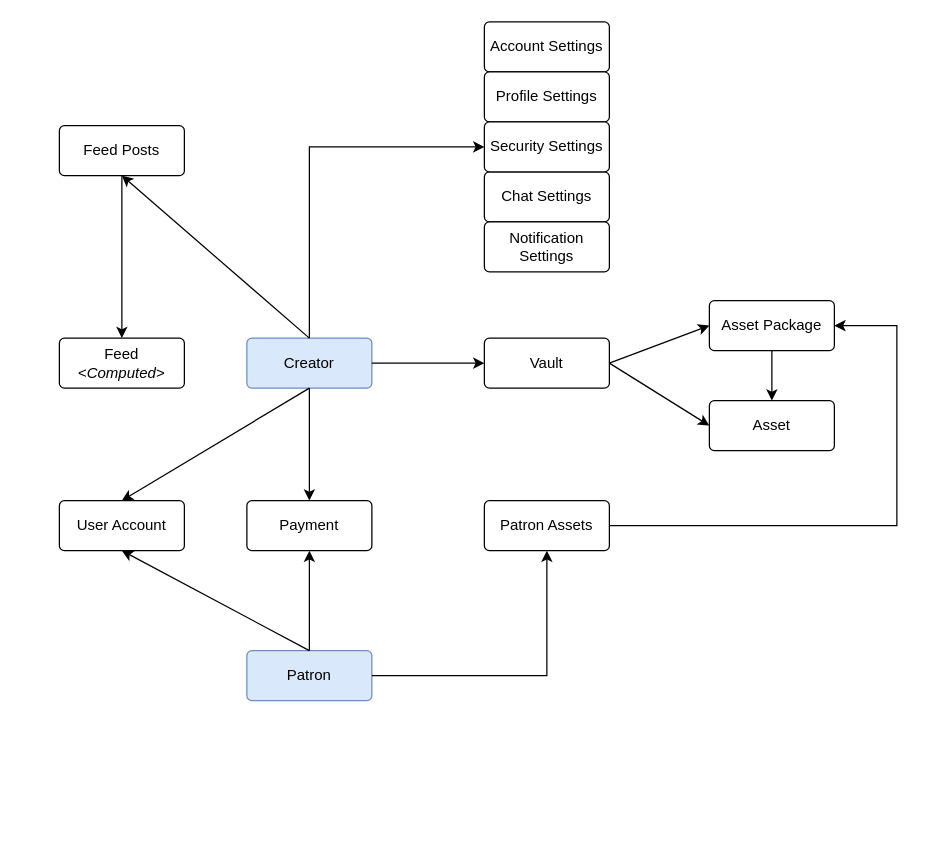
Before: page "ERD" (2 of 3) of Documentation/High-Level Architecture.drawio in conradcreel/onlysats, a draw.io diagram. Source tidied: cells renumbered, new cells numbered last; positions are measured from the earlier drawing's top-left corner, leaving out a move shared by most shapes. Both pictures are drawn from the tidied source at 125%, with x=0, y=0 at pixel (59, 21).
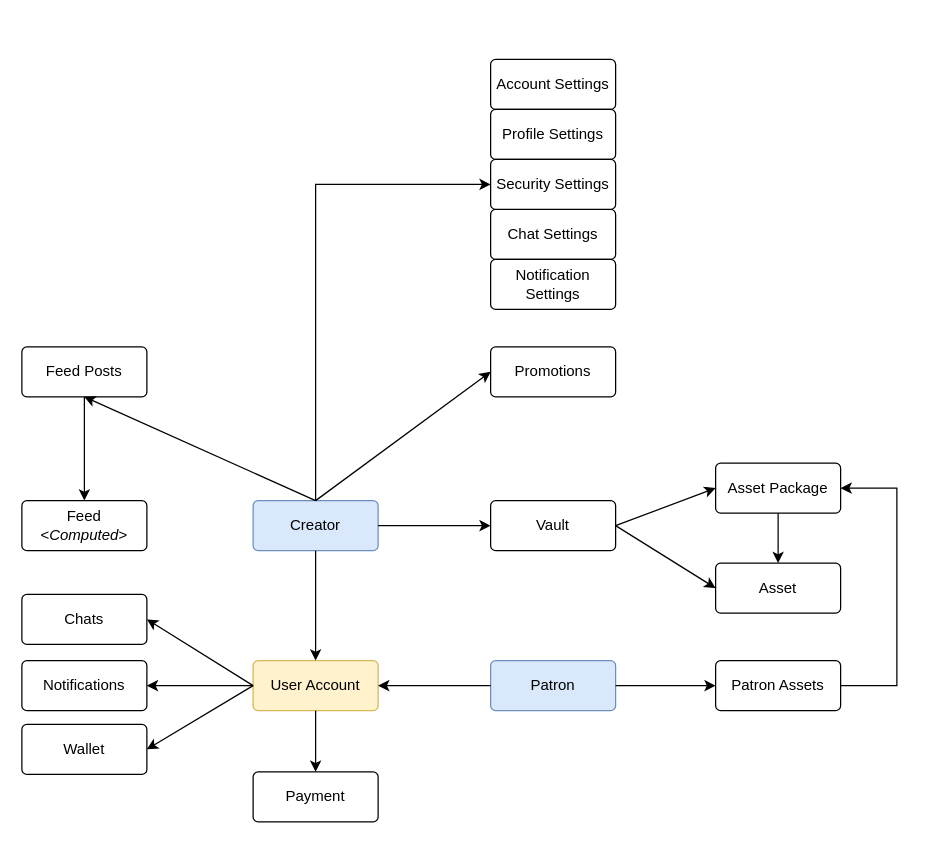
Above is the later version.

Change to the diagram source:
```diff
@@
     <mxCell id="2" value="Asset" style="rounded=1;arcSize=10;whiteSpace=wrap;html=1;align=center;" parent="1" vertex="1">
-      <mxGeometry x="520" y="303" width="100" height="40" as="geometry" />
+      <mxGeometry x="525" y="433" width="100" height="40" as="geometry" />
     </mxCell>
     <mxCell id="3" value="Asset Package" style="rounded=1;arcSize=10;whiteSpace=wrap;html=1;align=center;" parent="1" vertex="1">
-      <mxGeometry x="520" y="223" width="100" height="40" as="geometry" />
+      <mxGeometry x="525" y="353" width="100" height="40" as="geometry" />
     </mxCell>
     <mxCell id="4" value="Creator" style="rounded=1;arcSize=10;whiteSpace=wrap;html=1;align=center;fillColor=#dae8fc;strokeColor=#6c8ebf;" parent="1" vertex="1">
-      <mxGeometry x="150" y="253" width="100" height="40" as="geometry" />
+      <mxGeometry x="155" y="383" width="100" height="40" as="geometry" />
     </mxCell>
     <mxCell id="5" value="Account Settings" style="rounded=1;arcSize=10;whiteSpace=wrap;html=1;align=center;" parent="1" vertex="1">
-      <mxGeometry x="340" width="100" height="40" as="geometry" />
+      <mxGeometry x="345" y="30" width="100" height="40" as="geometry" />
     </mxCell>
     <mxCell id="6" value="Chat Settings" style="rounded=1;arcSize=10;whiteSpace=wrap;html=1;align=center;" parent="1" vertex="1">
-      <mxGeometry x="340" y="120" width="100" height="40" as="geometry" />
+      <mxGeometry x="345" y="150" width="100" height="40" as="geometry" />
     </mxCell>
     <mxCell id="7" value="Notification Settings" style="rounded=1;arcSize=10;whiteSpace=wrap;html=1;align=center;" parent="1" vertex="1">
-      <mxGeometry x="340" y="160" width="100" height="40" as="geometry" />
+      <mxGeometry x="345" y="190" width="100" height="40" as="geometry" />
     </mxCell>
     <mxCell id="8" value="Profile Settings" style="rounded=1;arcSize=10;whiteSpace=wrap;html=1;align=center;" parent="1" vertex="1">
-      <mxGeometry x="340" y="40" width="100" height="40" as="geometry" />
+      <mxGeometry x="345" y="70" width="100" height="40" as="geometry" />
     </mxCell>
     <mxCell id="9" value="Security Settings" style="rounded=1;arcSize=10;whiteSpace=wrap;html=1;align=center;" parent="1" vertex="1">
-      <mxGeometry x="340" y="80" width="100" height="40" as="geometry" />
+      <mxGeometry x="345" y="110" width="100" height="40" as="geometry" />
     </mxCell>
     <mxCell id="10" value="Feed Posts" style="rounded=1;arcSize=10;whiteSpace=wrap;html=1;align=center;" parent="1" vertex="1">
-      <mxGeometry y="83" width="100" height="40" as="geometry" />
+      <mxGeometry x="-30" y="260" width="100" height="40" as="geometry" />
     </mxCell>
     <mxCell id="11" value="Feed&lt;br&gt;&lt;i&gt;&amp;lt;Computed&amp;gt;&lt;/i&gt;" style="rounded=1;arcSize=10;whiteSpace=wrap;html=1;align=center;" parent="1" vertex="1">
-      <mxGeometry y="253" width="100" height="40" as="geometry" />
+      <mxGeometry x="-30" y="383" width="100" height="40" as="geometry" />
     </mxCell>
     <mxCell id="12" value="Patron" style="rounded=1;arcSize=10;whiteSpace=wrap;html=1;align=center;fillColor=#dae8fc;strokeColor=#6c8ebf;" parent="1" vertex="1">
-      <mxGeometry x="150" y="503" width="100" height="40" as="geometry" />
+      <mxGeometry x="345" y="511" width="100" height="40" as="geometry" />
     </mxCell>
     <mxCell id="13" value="Patron Assets" style="rounded=1;arcSize=10;whiteSpace=wrap;html=1;align=center;" parent="1" vertex="1">
-      <mxGeometry x="340" y="383" width="100" height="40" as="geometry" />
+      <mxGeometry x="525" y="511" width="100" height="40" as="geometry" />
     </mxCell>
     <mxCell id="14" value="Payment" style="rounded=1;arcSize=10;whiteSpace=wrap;html=1;align=center;" parent="1" vertex="1">
-      <mxGeometry x="150" y="383" width="100" height="40" as="geometry" />
+      <mxGeometry x="155" y="600" width="100" height="40" as="geometry" />
     </mxCell>
-    <mxCell id="15" value="User Account" style="rounded=1;arcSize=10;whiteSpace=wrap;html=1;align=center;" parent="1" vertex="1">
-      <mxGeometry y="383" width="100" height="40" as="geometry" />
+    <mxCell id="15" value="User Account" style="rounded=1;arcSize=10;whiteSpace=wrap;html=1;align=center;fillColor=#fff2cc;strokeColor=#d6b656;" parent="1" vertex="1">
+      <mxGeometry x="155" y="511" width="100" height="40" as="geometry" />
     </mxCell>
     <mxCell id="16" value="Vault" style="rounded=1;arcSize=10;whiteSpace=wrap;html=1;align=center;" parent="1" vertex="1">
-      <mxGeometry x="340" y="253" width="100" height="40" as="geometry" />
+      <mxGeometry x="345" y="383" width="100" height="40" as="geometry" />
     </mxCell>
     <mxCell id="17" style="endArrow=classic;html=1;rounded=0;exitX=0.5;exitY=0;exitDx=0;exitDy=0;entryX=0;entryY=0.5;entryDx=0;entryDy=0;" parent="1" edge="1" source="4" target="9">
       <mxGeometry relative="1" as="geometry">
         <Array as="points">
-          <mxPoint x="200" y="100" />
+          <mxPoint x="205" y="130" />
         </Array>
       </mxGeometry>
     </mxCell>
@@
-    <mxCell id="21" style="endArrow=classic;html=1;rounded=0;exitX=1;exitY=0.5;exitDx=0;exitDy=0;entryX=1;entryY=0.5;entryDx=0;entryDy=0;" parent="1" edge="1" source="13" target="3">
-      <mxGeometry relative="1" as="geometry">
-        <Array as="points">
-          <mxPoint x="670" y="403" />
-          <mxPoint x="670" y="243" />
-        </Array>
-      </mxGeometry>
-    </mxCell>
-    <mxCell id="22" style="endArrow=classic;html=1;rounded=0;entryX=0.5;entryY=1;entryDx=0;entryDy=0;" parent="1" edge="1" target="13">
-      <mxGeometry relative="1" as="geometry">
-        <mxPoint x="250" y="523" as="sourcePoint" />
-        <Array as="points">
-          <mxPoint x="390" y="523" />
-        </Array>
-      </mxGeometry>
-    </mxCell>
-    <mxCell id="23" style="endArrow=classic;html=1;rounded=0;exitX=0.5;exitY=0;exitDx=0;exitDy=0;entryX=0.5;entryY=1;entryDx=0;entryDy=0;" parent="1" edge="1" source="12" target="14">
-      <mxGeometry relative="1" as="geometry" />
-    </mxCell>
-    <mxCell id="24" style="endArrow=classic;html=1;rounded=0;exitX=0.5;exitY=1;exitDx=0;exitDy=0;" parent="1" edge="1" source="4" target="14">
-      <mxGeometry relative="1" as="geometry" />
-    </mxCell>
@@
+    <mxCell id="30" value="Notifications" style="rounded=1;arcSize=10;whiteSpace=wrap;html=1;align=center;" parent="1" vertex="1">
+      <mxGeometry x="-30" y="511" width="100" height="40" as="geometry" />
+    </mxCell>
+    <mxCell id="31" style="endArrow=classic;html=1;rounded=0;exitX=0;exitY=0.5;exitDx=0;exitDy=0;entryX=1;entryY=0.5;entryDx=0;entryDy=0;" parent="1" edge="1" source="15" target="30">
+      <mxGeometry relative="1" as="geometry" />
+    </mxCell>
+    <mxCell id="32" value="Chats" style="rounded=1;arcSize=10;whiteSpace=wrap;html=1;align=center;" parent="1" vertex="1">
+      <mxGeometry x="-30" y="458" width="100" height="40" as="geometry" />
+    </mxCell>
+    <mxCell id="33" style="endArrow=classic;html=1;rounded=0;exitX=0;exitY=0.5;exitDx=0;exitDy=0;entryX=1;entryY=0.5;entryDx=0;entryDy=0;" parent="1" edge="1" source="15" target="32">
+      <mxGeometry relative="1" as="geometry" />
+    </mxCell>
+    <mxCell id="34" value="Promotions" style="rounded=1;arcSize=10;whiteSpace=wrap;html=1;align=center;" parent="1" vertex="1">
+      <mxGeometry x="345" y="260" width="100" height="40" as="geometry" />
+    </mxCell>
+    <mxCell id="35" style="endArrow=classic;html=1;rounded=0;exitX=0.5;exitY=0;exitDx=0;exitDy=0;entryX=0;entryY=0.5;entryDx=0;entryDy=0;" parent="1" edge="1" source="4" target="34">
+      <mxGeometry relative="1" as="geometry" />
+    </mxCell>
+    <mxCell id="36" value="Wallet" style="rounded=1;arcSize=10;whiteSpace=wrap;html=1;align=center;" parent="1" vertex="1">
+      <mxGeometry x="-30" y="562" width="100" height="40" as="geometry" />
+    </mxCell>
+    <mxCell id="37" style="endArrow=classic;html=1;rounded=0;entryX=1;entryY=0.5;entryDx=0;entryDy=0;exitX=0;exitY=0.5;exitDx=0;exitDy=0;" parent="1" edge="1" source="15" target="36">
+      <mxGeometry relative="1" as="geometry" />
+    </mxCell>
+    <mxCell id="38" style="endArrow=classic;html=1;rounded=0;entryX=0.5;entryY=0;entryDx=0;entryDy=0;exitX=0.5;exitY=1;exitDx=0;exitDy=0;" parent="1" edge="1" source="15" target="14">
+      <mxGeometry relative="1" as="geometry" />
+    </mxCell>
+    <mxCell id="21" style="endArrow=classic;html=1;rounded=0;exitX=1;exitY=0.5;exitDx=0;exitDy=0;entryX=1;entryY=0.5;entryDx=0;entryDy=0;" parent="1" edge="1" source="13" target="3">
+      <mxGeometry relative="1" as="geometry">
+        <Array as="points">
+          <mxPoint x="670" y="531" />
+          <mxPoint x="670" y="373" />
+        </Array>
+      </mxGeometry>
+    </mxCell>
-    <mxCell id="29" style="endArrow=classic;html=1;rounded=0;exitX=0.5;exitY=0;exitDx=0;exitDy=0;entryX=0.5;entryY=1;entryDx=0;entryDy=0;" parent="1" edge="1" source="12" target="15">
+    <mxCell id="29" style="endArrow=classic;html=1;rounded=0;exitX=0;exitY=0.5;exitDx=0;exitDy=0;entryX=1;entryY=0.5;entryDx=0;entryDy=0;" parent="1" edge="1" source="12" target="15">
       <mxGeometry relative="1" as="geometry" />
     </mxCell>
+    <mxCell id="39" style="endArrow=classic;html=1;rounded=0;exitX=1;exitY=0.5;exitDx=0;exitDy=0;entryX=0;entryY=0.5;entryDx=0;entryDy=0;" parent="1" edge="1" source="12" target="13">
+      <mxGeometry relative="1" as="geometry" />
+    </mxCell>
```
